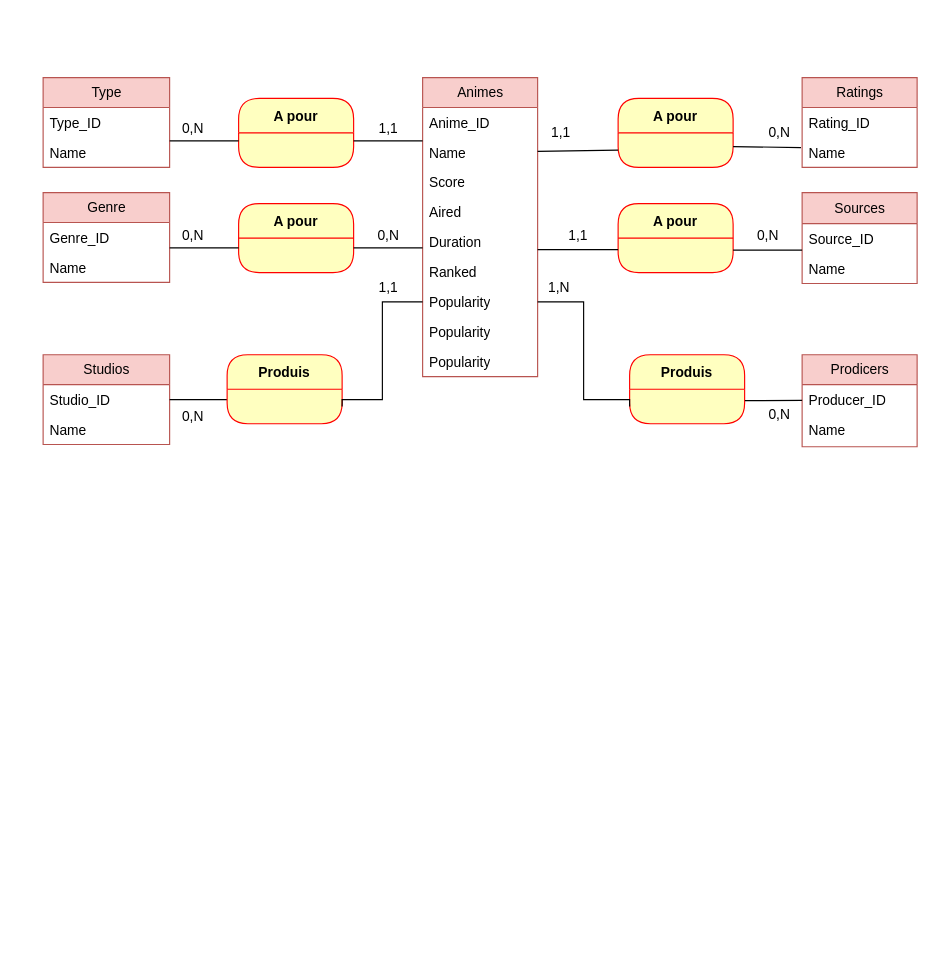
This is animes_bd/animes.drawio from kkherrazi/postgresql_psycopg2, a draw.io file, before an edit. Source tidied: cells renumbered, new cells numbered last; positions are measured from the earlier drawing's top-left corner, leaving out a move shared by most shapes. Both pictures are drawn from the tidied source at 115%, with x=0, y=0 at pixel (43, 77).
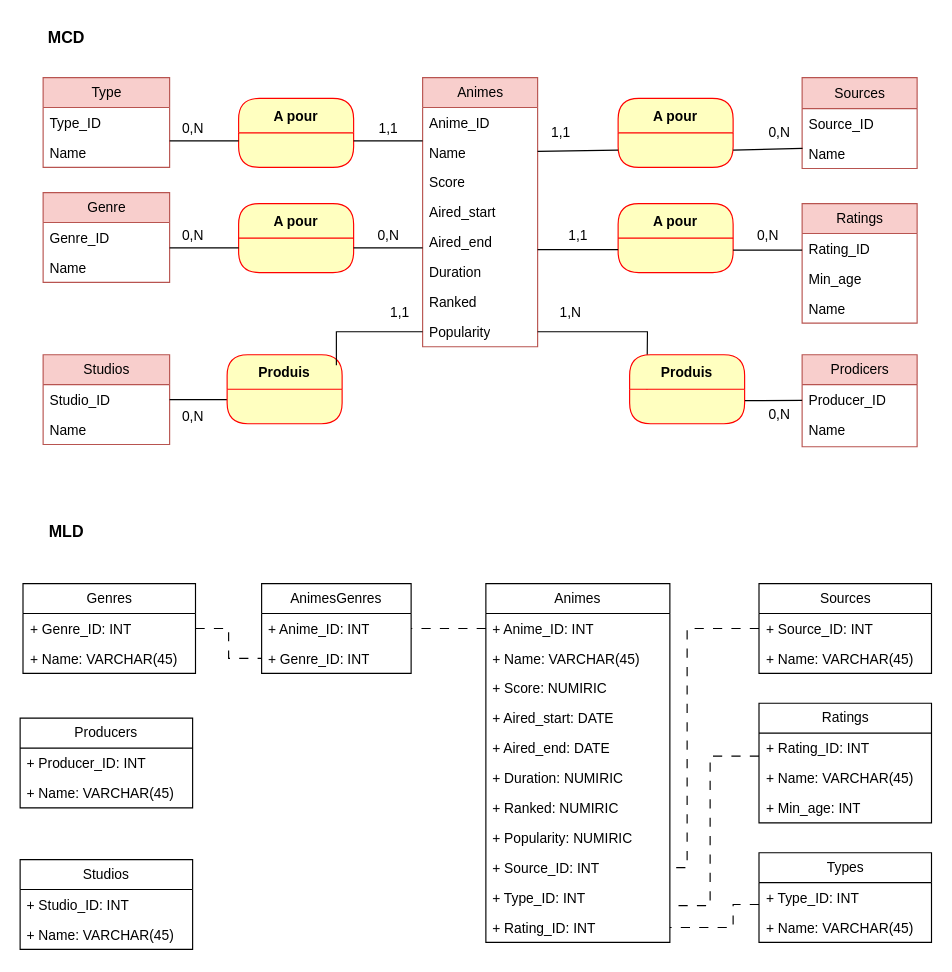
The same page after the edit.

Commit message:
Mettre à jour animes.drawio

The change refers to these unchanged cells:
```xml
<mxCell id="44" value="0,N" style="text;html=1;align=center;verticalAlign=middle;points=[];strokeColor=none;fillColor=none;" parent="1" vertex="1">
  <mxGeometry x="620" y="33" width="40" height="30" as="geometry" />
</mxCell>
<mxCell id="46" value="Produis" style="swimlane;fontStyle=1;align=center;verticalAlign=middle;horizontal=1;startSize=30;fontColor=#000000;rounded=1;arcSize=20;strokeColor=#ff0000;fillColor=#ffffc0;swimlaneFillColor=#ffffc0;" parent="1" vertex="1">
  <mxGeometry x="510" y="241" width="100" height="60" as="geometry" />
</mxCell>
<mxCell id="48" value="Produis" style="swimlane;fontStyle=1;align=center;verticalAlign=middle;horizontal=1;startSize=30;fontColor=#000000;rounded=1;arcSize=20;strokeColor=#ff0000;fillColor=#ffffc0;swimlaneFillColor=#ffffc0;" parent="1" vertex="1">
  <mxGeometry x="160" y="241" width="100" height="60" as="geometry" />
</mxCell>
```

What changed in the source:
```diff
@@
     <mxCell id="2" value="Animes" style="swimlane;fontStyle=0;horizontal=1;startSize=26;fillColor=#f8cecc;html=1;fillStyle=solid;strokeColor=#b85450;" parent="1" vertex="1">
-      <mxGeometry x="330" width="100" height="260" as="geometry" />
+      <mxGeometry x="330" width="100" height="234" as="geometry" />
     </mxCell>
@@
-    <mxCell id="6" value="Aired" style="text;strokeColor=none;fillColor=none;align=left;verticalAlign=top;spacingLeft=4;spacingRight=4;overflow=hidden;whiteSpace=wrap;html=1;" parent="2" vertex="1">
+    <mxCell id="6" value="Aired_start" style="text;strokeColor=none;fillColor=none;align=left;verticalAlign=top;spacingLeft=4;spacingRight=4;overflow=hidden;whiteSpace=wrap;html=1;" parent="2" vertex="1">
       <mxGeometry y="104" width="100" height="26" as="geometry" />
     </mxCell>
+    <mxCell id="60" value="Aired_end" style="text;strokeColor=none;fillColor=none;align=left;verticalAlign=top;spacingLeft=4;spacingRight=4;overflow=hidden;whiteSpace=wrap;html=1;" parent="2" vertex="1">
+      <mxGeometry y="130" width="100" height="26" as="geometry" />
+    </mxCell>
     <mxCell id="7" value="Duration" style="text;strokeColor=none;fillColor=none;align=left;verticalAlign=top;spacingLeft=4;spacingRight=4;overflow=hidden;whiteSpace=wrap;html=1;" parent="2" vertex="1">
-      <mxGeometry y="130" width="100" height="26" as="geometry" />
+      <mxGeometry y="156" width="100" height="26" as="geometry" />
     </mxCell>
     <mxCell id="8" value="Ranked" style="text;strokeColor=none;fillColor=none;align=left;verticalAlign=top;spacingLeft=4;spacingRight=4;overflow=hidden;whiteSpace=wrap;html=1;" parent="2" vertex="1">
-      <mxGeometry y="156" width="100" height="26" as="geometry" />
+      <mxGeometry y="182" width="100" height="26" as="geometry" />
     </mxCell>
-    <mxCell id="9" value="Popularity" style="text;strokeColor=none;fillColor=none;align=left;verticalAlign=top;spacingLeft=4;spacingRight=4;overflow=hidden;points=[[0,0.5],[1,0.5]];portConstraint=eastwest;whiteSpace=wrap;html=1;" parent="2" vertex="1">
-      <mxGeometry y="182" width="100" height="26" as="geometry" />
-    </mxCell>
-    <mxCell id="10" value="Popularity" style="text;strokeColor=none;fillColor=none;align=left;verticalAlign=top;spacingLeft=4;spacingRight=4;overflow=hidden;whiteSpace=wrap;html=1;" parent="2" vertex="1">
-      <mxGeometry y="208" width="100" height="26" as="geometry" />
-    </mxCell>
+    <mxCell id="61" style="edgeStyle=orthogonalEdgeStyle;rounded=0;jettySize=auto;html=1;" parent="2" edge="1" source="11">
+      <mxGeometry relative="1" as="geometry">
+        <mxPoint x="195" y="273" as="targetPoint" />
+      </mxGeometry>
+    </mxCell>
     <mxCell id="11" value="Popularity" style="text;strokeColor=none;fillColor=none;align=left;verticalAlign=top;spacingLeft=4;spacingRight=4;overflow=hidden;points=[[0,0.5],[1,0.5]];portConstraint=eastwest;whiteSpace=wrap;html=1;" parent="2" vertex="1">
-      <mxGeometry y="234" width="100" height="26" as="geometry" />
+      <mxGeometry y="208" width="100" height="26" as="geometry" />
     </mxCell>
@@
     <mxCell id="24" value="Sources" style="swimlane;fontStyle=0;horizontal=1;startSize=27;fillColor=#f8cecc;html=1;strokeColor=#b85450;" parent="1" vertex="1">
-      <mxGeometry x="660" y="100" width="100" height="79" as="geometry" />
+      <mxGeometry x="660" width="100" height="79" as="geometry" />
     </mxCell>
@@
     <mxCell id="27" value="Ratings" style="swimlane;fontStyle=0;horizontal=1;startSize=26;fillColor=#f8cecc;html=1;strokeColor=#b85450;" parent="1" vertex="1">
-      <mxGeometry x="660" width="100" height="78" as="geometry" />
+      <mxGeometry x="660" y="109.5" width="100" height="104" as="geometry" />
     </mxCell>
@@
+    <mxCell id="62" value="Min_age" style="text;strokeColor=none;fillColor=none;align=left;verticalAlign=top;spacingLeft=4;spacingRight=4;overflow=hidden;whiteSpace=wrap;html=1;" parent="27" vertex="1">
+      <mxGeometry y="52" width="100" height="26" as="geometry" />
+    </mxCell>
     <mxCell id="29" value="Name" style="text;strokeColor=none;fillColor=none;align=left;verticalAlign=top;spacingLeft=4;spacingRight=4;overflow=hidden;points=[[0,0.5],[1,0.5]];portConstraint=eastwest;whiteSpace=wrap;html=1;" parent="27" vertex="1">
-      <mxGeometry y="52" width="100" height="26" as="geometry" />
+      <mxGeometry y="78" width="100" height="26" as="geometry" />
     </mxCell>
@@
-    <mxCell id="50" style="rounded=0;jettySize=auto;html=1;entryX=-0.01;entryY=0.34;entryDx=0;entryDy=0;entryPerimeter=0;endArrow=none;startFill=0;strokeWidth=1;" parent="1" edge="1" target="29">
-      <mxGeometry relative="1" as="geometry">
-        <mxPoint x="600" y="60" as="sourcePoint" />
-      </mxGeometry>
-    </mxCell>
-    <mxCell id="51" style="edgeStyle=orthogonalEdgeStyle;rounded=0;jettySize=auto;html=1;entryX=0;entryY=0.75;entryDx=0;entryDy=0;endArrow=none;startFill=0;" parent="1" edge="1" source="9" target="46">
-      <mxGeometry relative="1" as="geometry">
-        <Array as="points">
-          <mxPoint x="470" y="195" />
-          <mxPoint x="470" y="280" />
-          <mxPoint x="510" y="280" />
-        </Array>
-      </mxGeometry>
-    </mxCell>
-    <mxCell id="52" style="edgeStyle=orthogonalEdgeStyle;rounded=0;jettySize=auto;html=1;entryX=1;entryY=0.75;entryDx=0;entryDy=0;endArrow=none;startFill=0;" parent="1" edge="1" source="9" target="48">
-      <mxGeometry relative="1" as="geometry">
-        <Array as="points">
-          <mxPoint x="295" y="195" />
-          <mxPoint x="295" y="280" />
-          <mxPoint x="260" y="280" />
-        </Array>
-      </mxGeometry>
-    </mxCell>
@@
     <mxCell id="56" value="1,1" style="text;html=1;align=center;verticalAlign=middle;strokeColor=none;fillColor=none;" parent="1" vertex="1">
-      <mxGeometry x="280" y="168" width="40" height="30" as="geometry" />
+      <mxGeometry x="290" y="190" width="40" height="30" as="geometry" />
     </mxCell>
@@
     <mxCell id="58" value="&amp;nbsp; 1,N" style="text;html=1;align=center;verticalAlign=middle;strokeColor=none;fillColor=none;" parent="1" vertex="1">
-      <mxGeometry x="420" y="168" width="50" height="30" as="geometry" />
+      <mxGeometry x="430" y="190" width="50" height="30" as="geometry" />
     </mxCell>
@@
+    <mxCell id="63" value="&lt;b&gt;&lt;font style=&quot;font-size: 14px;&quot;&gt;MCD&lt;/font&gt;&lt;/b&gt;" style="text;html=1;align=center;verticalAlign=middle;strokeColor=none;fillColor=none;" parent="1" vertex="1">
+      <mxGeometry x="-10" y="-50" width="60" height="30" as="geometry" />
+    </mxCell>
+    <mxCell id="64" value="&lt;b&gt;&lt;font style=&quot;font-size: 14px;&quot;&gt;MLD&lt;/font&gt;&lt;/b&gt;" style="text;html=1;align=center;verticalAlign=middle;strokeColor=none;fillColor=none;" parent="1" vertex="1">
+      <mxGeometry x="-5" y="380" width="50" height="30" as="geometry" />
+    </mxCell>
+    <mxCell id="65" style="rounded=0;jettySize=auto;html=1;endArrow=none;startFill=0;entryX=1.009;entryY=0.951;entryDx=0;entryDy=0;entryPerimeter=0;" parent="1" edge="1" target="44">
+      <mxGeometry relative="1" as="geometry">
+        <mxPoint x="600" y="63" as="sourcePoint" />
+      </mxGeometry>
+    </mxCell>
+    <mxCell id="66" value="Animes" style="swimlane;fontStyle=0;horizontal=1;startSize=26;fillColor=none;whiteSpace=wrap;html=1;" parent="1" vertex="1">
+      <mxGeometry x="385" y="440" width="160" height="312" as="geometry" />
+    </mxCell>
+    <mxCell id="67" value="+ Anime_ID: INT" style="text;strokeColor=none;fillColor=none;align=left;verticalAlign=top;spacingLeft=4;spacingRight=4;overflow=hidden;points=[[0,0.5],[1,0.5]];portConstraint=eastwest;whiteSpace=wrap;html=1;" parent="66" vertex="1">
+      <mxGeometry y="26" width="160" height="26" as="geometry" />
+    </mxCell>
+    <mxCell id="68" value="+ Name: VARCHAR(45)" style="text;strokeColor=none;fillColor=none;align=left;verticalAlign=top;spacingLeft=4;spacingRight=4;overflow=hidden;whiteSpace=wrap;html=1;" parent="66" vertex="1">
+      <mxGeometry y="52" width="160" height="26" as="geometry" />
+    </mxCell>
+    <mxCell id="69" value="+ Score: NUMIRIC" style="text;strokeColor=none;fillColor=none;align=left;verticalAlign=top;spacingLeft=4;spacingRight=4;overflow=hidden;whiteSpace=wrap;html=1;" parent="66" vertex="1">
+      <mxGeometry y="78" width="160" height="26" as="geometry" />
+    </mxCell>
+    <mxCell id="70" value="+ Aired_start: DATE" style="text;strokeColor=none;fillColor=none;align=left;verticalAlign=top;spacingLeft=4;spacingRight=4;overflow=hidden;whiteSpace=wrap;html=1;" parent="66" vertex="1">
+      <mxGeometry y="104" width="160" height="26" as="geometry" />
+    </mxCell>
+    <mxCell id="71" value="+ Aired_end: DATE" style="text;strokeColor=none;fillColor=none;align=left;verticalAlign=top;spacingLeft=4;spacingRight=4;overflow=hidden;whiteSpace=wrap;html=1;" parent="66" vertex="1">
+      <mxGeometry y="130" width="160" height="26" as="geometry" />
+    </mxCell>
+    <mxCell id="72" value="+ Duration: NUMIRIC" style="text;strokeColor=none;fillColor=none;align=left;verticalAlign=top;spacingLeft=4;spacingRight=4;overflow=hidden;whiteSpace=wrap;html=1;" parent="66" vertex="1">
+      <mxGeometry y="156" width="160" height="26" as="geometry" />
+    </mxCell>
+    <mxCell id="73" value="+ Ranked: NUMIRIC" style="text;strokeColor=none;fillColor=none;align=left;verticalAlign=top;spacingLeft=4;spacingRight=4;overflow=hidden;whiteSpace=wrap;html=1;" parent="66" vertex="1">
+      <mxGeometry y="182" width="160" height="26" as="geometry" />
+    </mxCell>
+    <mxCell id="74" value="+ Popularity: NUMIRIC" style="text;strokeColor=none;fillColor=none;align=left;verticalAlign=top;spacingLeft=4;spacingRight=4;overflow=hidden;whiteSpace=wrap;html=1;" parent="66" vertex="1">
+      <mxGeometry y="208" width="160" height="26" as="geometry" />
+    </mxCell>
+    <mxCell id="75" value="+ Source_ID: INT" style="text;strokeColor=none;fillColor=none;align=left;verticalAlign=top;spacingLeft=4;spacingRight=4;overflow=hidden;points=[[0,0.5],[1,0.5]];portConstraint=eastwest;whiteSpace=wrap;html=1;" parent="66" vertex="1">
+      <mxGeometry y="234" width="160" height="26" as="geometry" />
+    </mxCell>
+    <mxCell id="76" value="+ Type_ID: INT" style="text;strokeColor=none;fillColor=none;align=left;verticalAlign=top;spacingLeft=4;spacingRight=4;overflow=hidden;whiteSpace=wrap;html=1;" parent="66" vertex="1">
+      <mxGeometry y="260" width="160" height="26" as="geometry" />
+    </mxCell>
+    <mxCell id="77" value="+ Rating_ID: INT" style="text;strokeColor=none;fillColor=none;align=left;verticalAlign=top;spacingLeft=4;spacingRight=4;overflow=hidden;points=[[0,0.5],[1,0.5]];portConstraint=eastwest;whiteSpace=wrap;html=1;" parent="66" vertex="1">
+      <mxGeometry y="286" width="160" height="26" as="geometry" />
+    </mxCell>
+    <mxCell id="78" value="Ratings" style="swimlane;fontStyle=0;horizontal=1;startSize=26;fillColor=none;whiteSpace=wrap;html=1;" parent="1" vertex="1">
+      <mxGeometry x="622.5" y="544" width="150" height="104" as="geometry" />
+    </mxCell>
+    <mxCell id="79" value="+ Rating_ID: INT" style="text;strokeColor=none;fillColor=none;align=left;verticalAlign=top;spacingLeft=4;spacingRight=4;overflow=hidden;points=[[0,0.5],[1,0.5]];portConstraint=eastwest;whiteSpace=wrap;html=1;" parent="78" vertex="1">
+      <mxGeometry y="26" width="150" height="26" as="geometry" />
+    </mxCell>
+    <mxCell id="80" value="+ Name: VARCHAR(45)" style="text;strokeColor=none;fillColor=none;align=left;verticalAlign=top;spacingLeft=4;spacingRight=4;overflow=hidden;whiteSpace=wrap;html=1;" parent="78" vertex="1">
+      <mxGeometry y="52" width="150" height="26" as="geometry" />
+    </mxCell>
+    <mxCell id="81" value="+ Min_age: INT" style="text;strokeColor=none;fillColor=none;align=left;verticalAlign=top;spacingLeft=4;spacingRight=4;overflow=hidden;whiteSpace=wrap;html=1;" parent="78" vertex="1">
+      <mxGeometry y="78" width="150" height="26" as="geometry" />
+    </mxCell>
+    <mxCell id="82" value="Producers" style="swimlane;fontStyle=0;horizontal=1;startSize=26;fillColor=none;whiteSpace=wrap;html=1;" parent="1" vertex="1">
+      <mxGeometry x="-20" y="557" width="150" height="78" as="geometry" />
+    </mxCell>
+    <mxCell id="83" value="+ Producer_ID: INT" style="text;strokeColor=none;fillColor=none;align=left;verticalAlign=top;spacingLeft=4;spacingRight=4;overflow=hidden;whiteSpace=wrap;html=1;" parent="82" vertex="1">
+      <mxGeometry y="26" width="150" height="26" as="geometry" />
+    </mxCell>
+    <mxCell id="84" value="+ Name: VARCHAR(45)" style="text;strokeColor=none;fillColor=none;align=left;verticalAlign=top;spacingLeft=4;spacingRight=4;overflow=hidden;whiteSpace=wrap;html=1;" parent="82" vertex="1">
+      <mxGeometry y="52" width="150" height="26" as="geometry" />
+    </mxCell>
+    <mxCell id="85" value="Types" style="swimlane;fontStyle=0;horizontal=1;startSize=26;fillColor=none;whiteSpace=wrap;html=1;" parent="1" vertex="1">
+      <mxGeometry x="622.5" y="674" width="150" height="78" as="geometry" />
+    </mxCell>
+    <mxCell id="86" value="+ Type_ID: INT" style="text;strokeColor=none;fillColor=none;align=left;verticalAlign=top;spacingLeft=4;spacingRight=4;overflow=hidden;points=[[0,0.5],[1,0.5]];portConstraint=eastwest;whiteSpace=wrap;html=1;" parent="85" vertex="1">
+      <mxGeometry y="26" width="150" height="26" as="geometry" />
+    </mxCell>
+    <mxCell id="87" value="+ Name: VARCHAR(45)" style="text;strokeColor=none;fillColor=none;align=left;verticalAlign=top;spacingLeft=4;spacingRight=4;overflow=hidden;whiteSpace=wrap;html=1;" parent="85" vertex="1">
+      <mxGeometry y="52" width="150" height="26" as="geometry" />
+    </mxCell>
+    <mxCell id="88" value="Genres" style="swimlane;fontStyle=0;horizontal=1;startSize=26;fillColor=none;whiteSpace=wrap;html=1;" parent="1" vertex="1">
+      <mxGeometry x="-17.5" y="440" width="150" height="78" as="geometry" />
+    </mxCell>
+    <mxCell id="89" value="+ Genre_ID: INT" style="text;strokeColor=none;fillColor=none;align=left;verticalAlign=top;spacingLeft=4;spacingRight=4;overflow=hidden;points=[[0,0.5],[1,0.5]];portConstraint=eastwest;whiteSpace=wrap;html=1;" parent="88" vertex="1">
+      <mxGeometry y="26" width="150" height="26" as="geometry" />
+    </mxCell>
+    <mxCell id="90" value="+ Name: VARCHAR(45)" style="text;strokeColor=none;fillColor=none;align=left;verticalAlign=top;spacingLeft=4;spacingRight=4;overflow=hidden;whiteSpace=wrap;html=1;" parent="88" vertex="1">
+      <mxGeometry y="52" width="150" height="26" as="geometry" />
+    </mxCell>
+    <mxCell id="91" value="Sources" style="swimlane;fontStyle=0;horizontal=1;startSize=26;fillColor=none;whiteSpace=wrap;html=1;" parent="1" vertex="1">
+      <mxGeometry x="622.5" y="440" width="150" height="78" as="geometry" />
+    </mxCell>
+    <mxCell id="92" value="+ Source_ID: INT" style="text;strokeColor=none;fillColor=none;align=left;verticalAlign=top;spacingLeft=4;spacingRight=4;overflow=hidden;points=[[0,0.5],[1,0.5]];portConstraint=eastwest;whiteSpace=wrap;html=1;" parent="91" vertex="1">
+      <mxGeometry y="26" width="150" height="26" as="geometry" />
+    </mxCell>
+    <mxCell id="93" value="+ Name: VARCHAR(45)" style="text;strokeColor=none;fillColor=none;align=left;verticalAlign=top;spacingLeft=4;spacingRight=4;overflow=hidden;whiteSpace=wrap;html=1;" parent="91" vertex="1">
+      <mxGeometry y="52" width="150" height="26" as="geometry" />
+    </mxCell>
+    <mxCell id="94" value="Studios" style="swimlane;fontStyle=0;horizontal=1;startSize=26;fillColor=none;whiteSpace=wrap;html=1;" parent="1" vertex="1">
+      <mxGeometry x="-20" y="680" width="150" height="78" as="geometry" />
+    </mxCell>
+    <mxCell id="95" value="+ Studio_ID: INT" style="text;strokeColor=none;fillColor=none;align=left;verticalAlign=top;spacingLeft=4;spacingRight=4;overflow=hidden;whiteSpace=wrap;html=1;" parent="94" vertex="1">
+      <mxGeometry y="26" width="150" height="26" as="geometry" />
+    </mxCell>
+    <mxCell id="96" value="+ Name: VARCHAR(45)" style="text;strokeColor=none;fillColor=none;align=left;verticalAlign=top;spacingLeft=4;spacingRight=4;overflow=hidden;whiteSpace=wrap;html=1;" parent="94" vertex="1">
+      <mxGeometry y="52" width="150" height="26" as="geometry" />
+    </mxCell>
+    <mxCell id="97" style="edgeStyle=orthogonalEdgeStyle;rounded=0;jettySize=auto;html=1;entryX=0.95;entryY=0.15;entryDx=0;entryDy=0;entryPerimeter=0;endArrow=none;startFill=0;" parent="1" edge="1" source="11" target="48">
+      <mxGeometry relative="1" as="geometry" />
+    </mxCell>
+    <mxCell id="98" style="edgeStyle=orthogonalEdgeStyle;rounded=0;jettySize=auto;html=1;endArrow=none;startFill=0;dashed=1;dashPattern=8 8;" parent="1" edge="1" source="92" target="75">
+      <mxGeometry relative="1" as="geometry">
+        <Array as="points">
+          <mxPoint x="560" y="479" />
+          <mxPoint x="560" y="687" />
+        </Array>
+      </mxGeometry>
+    </mxCell>
+    <mxCell id="99" style="edgeStyle=orthogonalEdgeStyle;rounded=0;jettySize=auto;html=1;dashed=1;dashPattern=8 8;endArrow=none;startFill=0;" parent="1" edge="1" source="79">
+      <mxGeometry relative="1" as="geometry">
+        <mxPoint x="550" y="720" as="targetPoint" />
+        <Array as="points">
+          <mxPoint x="580" y="590" />
+          <mxPoint x="580" y="720" />
+        </Array>
+      </mxGeometry>
+    </mxCell>
+    <mxCell id="100" style="edgeStyle=orthogonalEdgeStyle;rounded=0;jettySize=auto;html=1;dashed=1;dashPattern=8 8;endArrow=none;startFill=0;entryX=1;entryY=0.5;entryDx=0;entryDy=0;" parent="1" edge="1" source="86" target="77">
+      <mxGeometry relative="1" as="geometry">
+        <Array as="points">
+          <mxPoint x="600" y="719" />
+          <mxPoint x="600" y="739" />
+        </Array>
+      </mxGeometry>
+    </mxCell>
+    <mxCell id="101" value="AnimesGenres" style="swimlane;fontStyle=0;horizontal=1;startSize=26;fillColor=none;whiteSpace=wrap;html=1;" parent="1" vertex="1">
+      <mxGeometry x="190" y="440" width="130" height="78" as="geometry" />
+    </mxCell>
+    <mxCell id="102" value="+ Anime_ID: INT" style="text;strokeColor=none;fillColor=none;align=left;verticalAlign=top;spacingLeft=4;spacingRight=4;overflow=hidden;points=[[0,0.5],[1,0.5]];portConstraint=eastwest;whiteSpace=wrap;html=1;" parent="101" vertex="1">
+      <mxGeometry y="26" width="130" height="26" as="geometry" />
+    </mxCell>
+    <mxCell id="103" value="+ Genre_ID: INT" style="text;strokeColor=none;fillColor=none;align=left;verticalAlign=top;spacingLeft=4;spacingRight=4;overflow=hidden;points=[[0,0.5],[1,0.5]];portConstraint=eastwest;whiteSpace=wrap;html=1;" parent="101" vertex="1">
+      <mxGeometry y="52" width="130" height="26" as="geometry" />
+    </mxCell>
+    <mxCell id="104" style="edgeStyle=orthogonalEdgeStyle;rounded=0;jettySize=auto;html=1;entryX=1;entryY=0.5;entryDx=0;entryDy=0;dashed=1;dashPattern=8 8;endArrow=none;startFill=0;" parent="1" edge="1" source="67" target="102">
+      <mxGeometry relative="1" as="geometry" />
+    </mxCell>
+    <mxCell id="105" style="edgeStyle=orthogonalEdgeStyle;rounded=0;jettySize=auto;html=1;dashed=1;dashPattern=8 8;endArrow=none;startFill=0;" parent="1" edge="1" source="89" target="103">
+      <mxGeometry relative="1" as="geometry" />
+    </mxCell>
```
